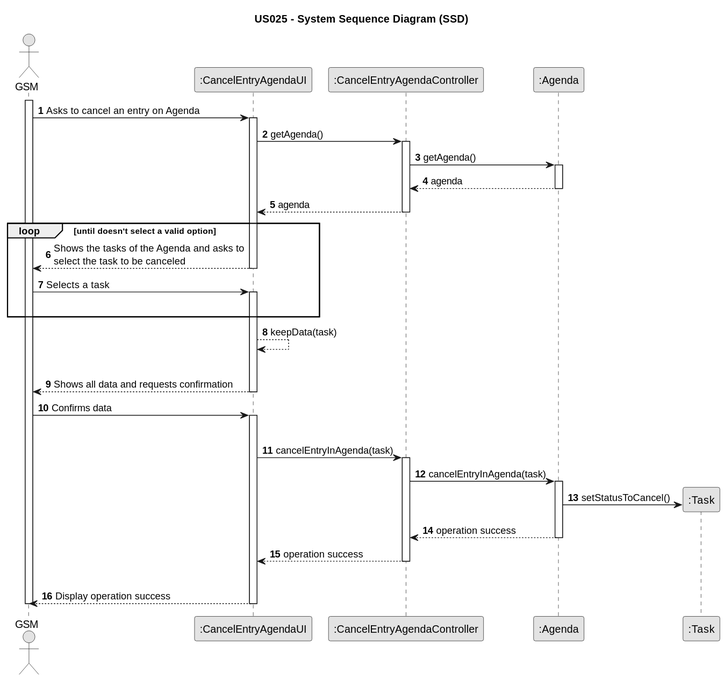
This is docs/sprintC/us025/03.design/svg/us025-sequence-diagram.svg from Rui-San/LAPR2_2023_2024, a PlantUML export, as it was before one commit.
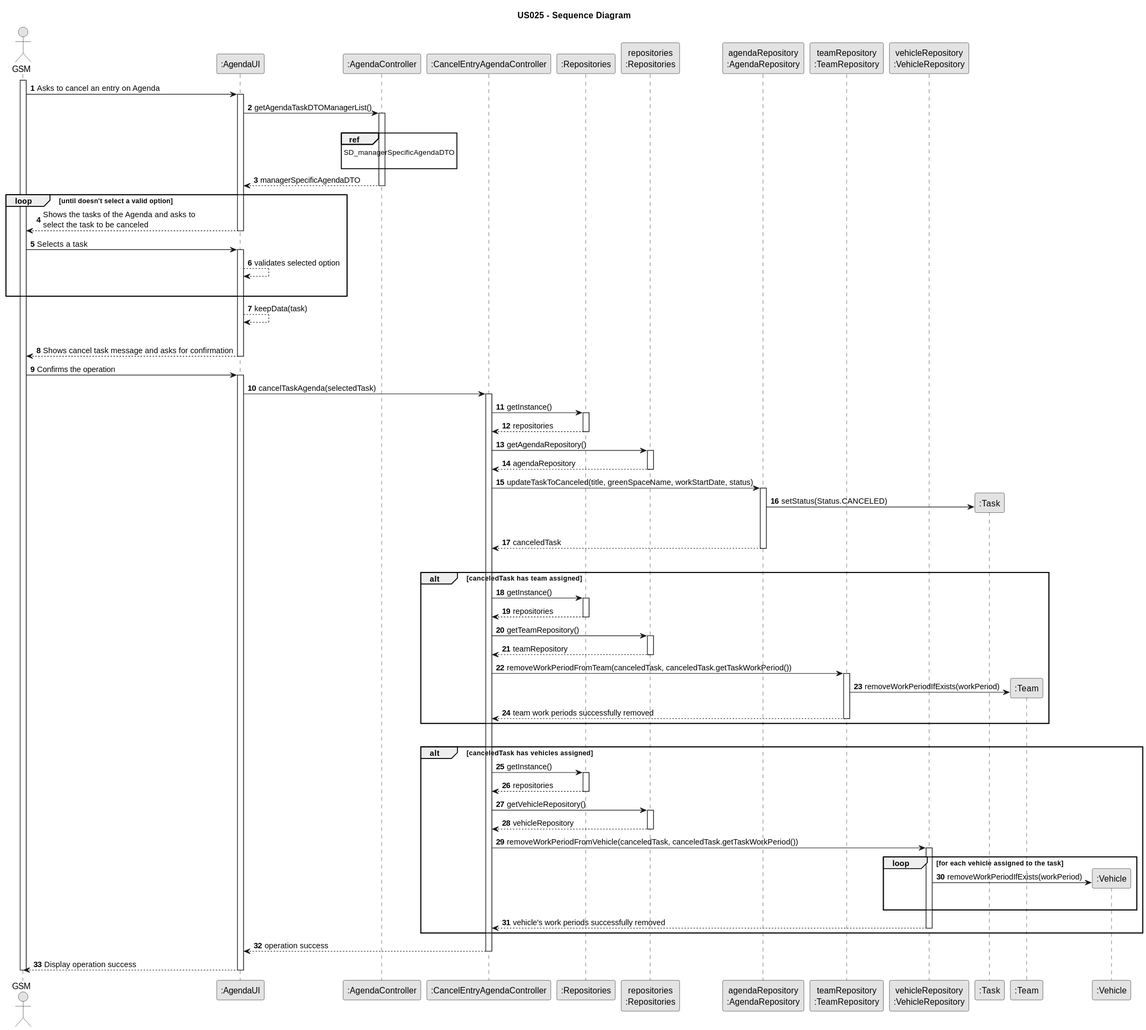
After the change.

The edit, as a diff of the source:
```diff
@@ -3,15 +3,25 @@
 skinparam packageStyle rectangle
 skinparam shadowing false
 
-title US025 - System Sequence Diagram (SSD)
+title US025 - Sequence Diagram
 
 autonumber
 
 actor "GSM" as GSM
-participant ":CancelEntryAgendaUI" as UI
+participant ":AgendaUI" as UI
+
+participant ":AgendaController" as AGENDA_CTRL
 participant ":CancelEntryAgendaController" as CTRL
-participant ":Agenda" as Agenda
+
+participant ":Repositories" as REPO
+participant "repositories\n:Repositories" as REPOInstance
+participant "agendaRepository\n:AgendaRepository" as AgendaRepository
+participant "teamRepository\n:TeamRepository" as TeamRepository
+participant "vehicleRepository\n:VehicleRepository" as VehicleRepository
+
 participant ":Task" as Task
+participant ":Team" as Team
+participant ":Vehicle" as Vehicle
 
 
 activate GSM
@@ -20,19 +30,18 @@
 
     activate UI
 
-        UI -> CTRL : getAgenda()
+        UI -> AGENDA_CTRL : getAgendaTaskDTOManagerList()
 
-        activate CTRL
+        activate AGENDA_CTRL
+        |||
 
-            CTRL -> Agenda : getAgenda()
+            ref over AGENDA_CTRL
+                SD_managerSpecificAgendaDTO
 
-            activate Agenda
+                end ref
 
-                Agenda --> CTRL : agenda
-            deactivate Agenda
-
-            CTRL --> UI : agenda
-        deactivate CTRL
+            AGENDA_CTRL --> UI : managerSpecificAgendaDTO
+        deactivate AGENDA_CTRL
 
         loop until doesn't select a valid option
         UI --> GSM : Shows the tasks of the Agenda and asks to\nselect the task to be canceled
@@ -40,51 +49,102 @@
 
     GSM -> UI : Selects a task
     activate UI
+    UI --> UI : validates selected option
         |||
         end
 
         UI --> UI : keepData(task)
         |||
 
-        UI --> GSM : Shows all data and requests confirmation
+        UI --> GSM : Shows cancel task message and asks for confirmation
     deactivate UI
 
-    GSM -> UI: Confirms data
+    GSM -> UI: Confirms the operation
 
     activate UI
+
+    UI -> CTRL : cancelTaskAgenda(selectedTask)
+    activate CTRL
+
+    CTRL -> REPO : getInstance()
+    activate REPO
+
+    REPO --> CTRL : repositories
+    deactivate REPO
+    CTRL -> REPOInstance: getAgendaRepository()
+
+    activate REPOInstance
+
+    REPOInstance --> CTRL : agendaRepository
+    deactivate REPOInstance
+
+    CTRL -> AgendaRepository : updateTaskToCanceled(title, greenSpaceName, workStartDate, status)
+    activate AgendaRepository
+
+    AgendaRepository -> Task** : setStatus(Status.CANCELED)
+    |||
+    AgendaRepository --> CTRL : canceledTask
+    deactivate AgendaRepository
+
+    |||
+    alt canceledTask has team assigned
+
+        CTRL -> REPO : getInstance()
+        activate REPO
+
+        REPO --> CTRL : repositories
+        deactivate REPO
+        CTRL -> REPOInstance: getTeamRepository()
+
+        activate REPOInstance
+
+        REPOInstance --> CTRL : teamRepository
+        deactivate REPOInstance
+
+        CTRL -> TeamRepository : removeWorkPeriodFromTeam(canceledTask, canceledTask.getTaskWorkPeriod())
+        activate TeamRepository
+
+        TeamRepository -> Team** : removeWorkPeriodIfExists(workPeriod)
+
+        TeamRepository --> CTRL : team work periods successfully removed
+        deactivate TeamRepository
+
+    end
+    |||
+    alt canceledTask has vehicles assigned
+
+            CTRL -> REPO : getInstance()
+            activate REPO
+
+            REPO --> CTRL : repositories
+            deactivate REPO
+            CTRL -> REPOInstance: getVehicleRepository()
+
+            activate REPOInstance
+
+            REPOInstance --> CTRL : vehicleRepository
+            deactivate REPOInstance
+
+            CTRL -> VehicleRepository : removeWorkPeriodFromVehicle(canceledTask, canceledTask.getTaskWorkPeriod())
+            activate VehicleRepository
+
+            loop for each vehicle assigned to the task
+
+            VehicleRepository -> Vehicle** : removeWorkPeriodIfExists(workPeriod)
             |||
-            UI -> CTRL : cancelEntryInAgenda(task)
+            end loop
+            VehicleRepository --> CTRL : vehicle's work periods successfully removed
+            deactivate VehicleRepository
 
-            activate CTRL
+        end
 
-                CTRL -> Agenda : cancelEntryInAgenda(task)
-
-                activate Agenda
-
-                    Agenda -> Task** : setStatusToCancel()
+        CTRL --> UI: operation success
+        deactivate CTRL
 
 
+    UI --> GSM : Display operation success
 
-                    Agenda --> CTRL : operation success
-
-
-
-                deactivate Agenda
-
-
-
-                CTRL --> UI : operation success
-            deactivate CTRL
-
-            |||
-            UI --> GSM : Display operation success
-
-
-        deactivate UI
-
-
-
-
+    deactivate UI
 
 
 deactivate GSM
```
